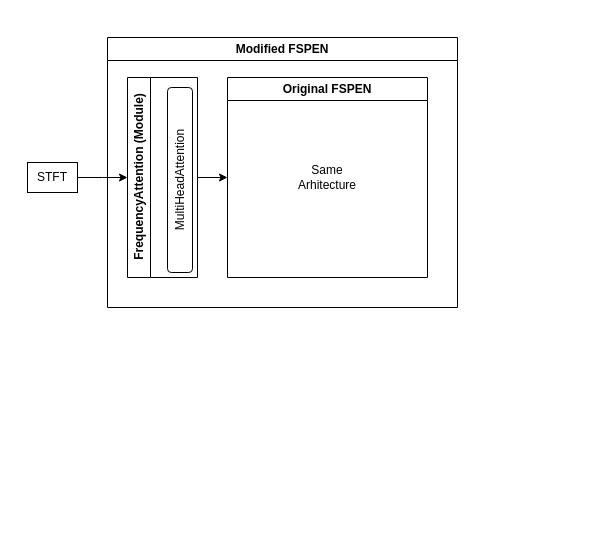
The draw.io diagram modified_FSPEN.drawio in AndromedaOMA/Bachelor_Thesis_Project, before the edit. Source tidied: cells renumbered, new cells numbered last; positions are measured from the earlier drawing's top-left corner, leaving out a move shared by most shapes. Both pictures are drawn from the tidied source at 100%, with x=0, y=0 at pixel (27, 37).
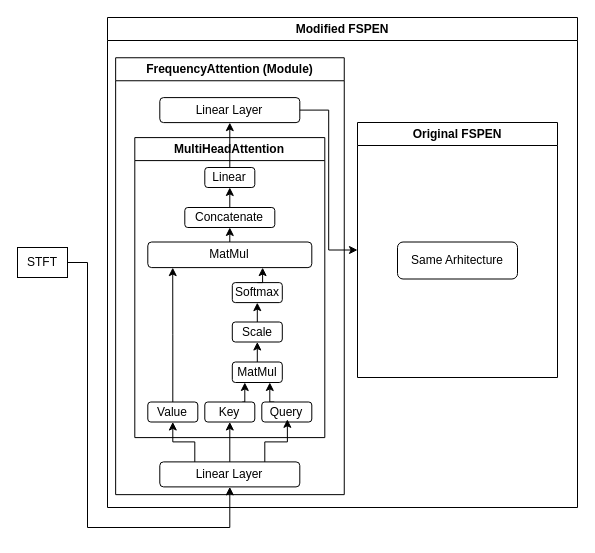
The same diagram, later.

Change to the diagram source:
```diff
@@
-    <mxCell id="2" value="Original FSPEN" style="swimlane;whiteSpace=wrap;html=1;" parent="1" vertex="1">
-      <mxGeometry x="200" y="40" width="200" height="200" as="geometry" />
-    </mxCell>
+    <mxCell id="10" style="edgeStyle=orthogonalEdgeStyle;rounded=0;jettySize=auto;html=1;entryX=0.5;entryY=1;entryDx=0;entryDy=0;" parent="1" edge="1" source="3" target="13">
+      <mxGeometry relative="1" as="geometry">
+        <Array as="points">
+          <mxPoint x="60" y="225" />
+          <mxPoint x="60" y="490" />
+          <mxPoint x="202" y="490" />
+        </Array>
+      </mxGeometry>
+    </mxCell>
     <mxCell id="3" value="STFT" style="rounded=0;whiteSpace=wrap;html=1;" parent="1" vertex="1">
-      <mxGeometry y="125" width="50" height="30" as="geometry" />
+      <mxGeometry x="-10" y="210" width="50" height="30" as="geometry" />
     </mxCell>
     <mxCell id="4" value="Modified FSPEN" style="swimlane;whiteSpace=wrap;html=1;" parent="1" vertex="1">
-      <mxGeometry x="80" width="350" height="270" as="geometry" />
+      <mxGeometry x="80" y="-20" width="470" height="490" as="geometry" />
     </mxCell>
-    <mxCell id="5" value="FrequencyAttention (Module)" style="swimlane;horizontal=0;whiteSpace=wrap;html=1;" parent="4" vertex="1">
-      <mxGeometry x="20" y="40" width="70" height="200" as="geometry" />
+    <mxCell id="5" value="FrequencyAttention (Module)" style="swimlane;horizontal=0;whiteSpace=wrap;html=1;rotation=90;" parent="4" vertex="1">
+      <mxGeometry x="-96" y="144.4" width="436.9" height="228.6" as="geometry" />
     </mxCell>
+    <mxCell id="11" style="edgeStyle=orthogonalEdgeStyle;rounded=0;jettySize=auto;html=1;exitX=0.25;exitY=0;exitDx=0;exitDy=0;entryX=0.5;entryY=1;entryDx=0;entryDy=0;strokeWidth=1;" parent="5" edge="1" source="13" target="14">
+      <mxGeometry relative="1" as="geometry" />
+    </mxCell>
+    <mxCell id="12" style="edgeStyle=orthogonalEdgeStyle;rounded=0;jettySize=auto;html=1;exitX=0.5;exitY=0;exitDx=0;exitDy=0;entryX=0.5;entryY=1;entryDx=0;entryDy=0;strokeWidth=1;" parent="5" edge="1" source="13" target="16">
+      <mxGeometry relative="1" as="geometry" />
+    </mxCell>
+    <mxCell id="13" value="Linear Layer" style="rounded=1;whiteSpace=wrap;html=1;" parent="5" vertex="1">
+      <mxGeometry x="148.3" y="300" width="140" height="25" as="geometry" />
+    </mxCell>
+    <mxCell id="9" value="MultiHeadAttention" style="swimlane;whiteSpace=wrap;html=1;" parent="5" vertex="1">
+      <mxGeometry x="123.3" y="-24.3" width="190" height="300" as="geometry" />
+    </mxCell>
+    <mxCell id="14" value="Value" style="rounded=1;whiteSpace=wrap;html=1;" parent="9" vertex="1">
+      <mxGeometry x="13" y="264.4" width="50" height="20" as="geometry" />
+    </mxCell>
+    <mxCell id="15" style="edgeStyle=orthogonalEdgeStyle;rounded=0;jettySize=auto;html=1;exitX=0.75;exitY=0;exitDx=0;exitDy=0;entryX=0.25;entryY=1;entryDx=0;entryDy=0;" parent="9" edge="1" source="16" target="20">
+      <mxGeometry relative="1" as="geometry" />
+    </mxCell>
+    <mxCell id="16" value="Key" style="rounded=1;whiteSpace=wrap;html=1;" parent="9" vertex="1">
+      <mxGeometry x="70" y="264.4" width="50" height="20" as="geometry" />
+    </mxCell>
+    <mxCell id="17" style="edgeStyle=orthogonalEdgeStyle;rounded=0;jettySize=auto;html=1;exitX=0.25;exitY=0;exitDx=0;exitDy=0;entryX=0.75;entryY=1;entryDx=0;entryDy=0;" parent="9" edge="1" source="18" target="20">
+      <mxGeometry relative="1" as="geometry" />
+    </mxCell>
+    <mxCell id="18" value="Query" style="rounded=1;whiteSpace=wrap;html=1;" parent="9" vertex="1">
+      <mxGeometry x="127" y="264.4" width="50" height="20" as="geometry" />
+    </mxCell>
+    <mxCell id="19" style="edgeStyle=orthogonalEdgeStyle;rounded=0;jettySize=auto;html=1;exitX=0.5;exitY=0;exitDx=0;exitDy=0;entryX=0.5;entryY=1;entryDx=0;entryDy=0;" parent="9" edge="1" source="20" target="22">
+      <mxGeometry relative="1" as="geometry" />
+    </mxCell>
+    <mxCell id="20" value="MatMul" style="rounded=1;whiteSpace=wrap;html=1;" parent="9" vertex="1">
+      <mxGeometry x="97.5" y="224.4" width="50" height="20.5" as="geometry" />
+    </mxCell>
+    <mxCell id="21" style="edgeStyle=orthogonalEdgeStyle;rounded=0;jettySize=auto;html=1;exitX=0.5;exitY=0;exitDx=0;exitDy=0;entryX=0.5;entryY=1;entryDx=0;entryDy=0;" parent="9" edge="1" source="22" target="23">
+      <mxGeometry relative="1" as="geometry" />
+    </mxCell>
+    <mxCell id="22" value="Scale" style="rounded=1;whiteSpace=wrap;html=1;" parent="9" vertex="1">
+      <mxGeometry x="97.5" y="184.4" width="50" height="20" as="geometry" />
+    </mxCell>
+    <mxCell id="23" value="Softmax" style="rounded=1;whiteSpace=wrap;html=1;" parent="9" vertex="1">
+      <mxGeometry x="97.5" y="145" width="50" height="20" as="geometry" />
+    </mxCell>
+    <mxCell id="24" style="edgeStyle=orthogonalEdgeStyle;rounded=0;jettySize=auto;html=1;exitX=0.5;exitY=0;exitDx=0;exitDy=0;entryX=0.5;entryY=1;entryDx=0;entryDy=0;" parent="9" edge="1" source="25" target="29">
+      <mxGeometry relative="1" as="geometry" />
+    </mxCell>
+    <mxCell id="25" value="MatMul" style="rounded=1;whiteSpace=wrap;html=1;" parent="9" vertex="1">
+      <mxGeometry x="13" y="104.4" width="164" height="25.6" as="geometry" />
+    </mxCell>
+    <mxCell id="26" style="edgeStyle=orthogonalEdgeStyle;rounded=0;jettySize=auto;html=1;entryX=0.152;entryY=1;entryDx=0;entryDy=0;entryPerimeter=0;" parent="9" edge="1" source="14" target="25">
+      <mxGeometry relative="1" as="geometry" />
+    </mxCell>
+    <mxCell id="27" style="edgeStyle=orthogonalEdgeStyle;rounded=0;jettySize=auto;html=1;exitX=0.5;exitY=0;exitDx=0;exitDy=0;entryX=0.7;entryY=1;entryDx=0;entryDy=0;entryPerimeter=0;" parent="9" edge="1" source="23" target="25">
+      <mxGeometry relative="1" as="geometry" />
+    </mxCell>
+    <mxCell id="28" style="edgeStyle=orthogonalEdgeStyle;rounded=0;jettySize=auto;html=1;exitX=0.75;exitY=0;exitDx=0;exitDy=0;entryX=0.5;entryY=1;entryDx=0;entryDy=0;" parent="9" edge="1" source="29" target="30">
+      <mxGeometry relative="1" as="geometry" />
+    </mxCell>
+    <mxCell id="29" value="Concatenate" style="rounded=1;whiteSpace=wrap;html=1;" parent="9" vertex="1">
+      <mxGeometry x="50" y="69.9" width="90" height="20" as="geometry" />
+    </mxCell>
+    <mxCell id="30" value="Linear" style="rounded=1;whiteSpace=wrap;html=1;" parent="9" vertex="1">
+      <mxGeometry x="70" y="29.9" width="50" height="20" as="geometry" />
+    </mxCell>
+    <mxCell id="31" value="Linear Layer" style="rounded=1;whiteSpace=wrap;html=1;" parent="5" vertex="1">
+      <mxGeometry x="148.3" y="-64.3" width="140" height="25" as="geometry" />
+    </mxCell>
+    <mxCell id="32" style="edgeStyle=orthogonalEdgeStyle;rounded=0;jettySize=auto;html=1;exitX=0.75;exitY=0;exitDx=0;exitDy=0;entryX=0.511;entryY=0.866;entryDx=0;entryDy=0;entryPerimeter=0;strokeWidth=1;" parent="5" edge="1" source="13" target="18">
+      <mxGeometry relative="1" as="geometry" />
+    </mxCell>
+    <mxCell id="33" style="edgeStyle=orthogonalEdgeStyle;rounded=0;jettySize=auto;html=1;entryX=0.5;entryY=1;entryDx=0;entryDy=0;" parent="5" edge="1" source="30" target="31">
+      <mxGeometry relative="1" as="geometry" />
+    </mxCell>
+    <mxCell id="2" value="Original FSPEN" style="swimlane;whiteSpace=wrap;html=1;" parent="4" vertex="1">
+      <mxGeometry x="250" y="105" width="200" height="255" as="geometry" />
+    </mxCell>
-    <mxCell id="6" value="Same Arhitecture" style="text;html=1;align=center;verticalAlign=middle;whiteSpace=wrap;rounded=0;" parent="4" vertex="1">
-      <mxGeometry x="190" y="125" width="60" height="30" as="geometry" />
+    <mxCell id="6" value="Same Arhitecture" style="rounded=1;whiteSpace=wrap;html=1;" parent="2" vertex="1">
+      <mxGeometry x="40" y="119.5" width="120" height="37" as="geometry" />
     </mxCell>
-    <mxCell id="7" style="edgeStyle=orthogonalEdgeStyle;rounded=0;jettySize=auto;html=1;" parent="1" edge="1" source="3">
-      <mxGeometry relative="1" as="geometry">
-        <mxPoint x="100" y="140" as="targetPoint" />
-      </mxGeometry>
-    </mxCell>
-    <mxCell id="8" style="edgeStyle=orthogonalEdgeStyle;rounded=0;jettySize=auto;html=1;exitX=1;exitY=0.5;exitDx=0;exitDy=0;entryX=0;entryY=0.5;entryDx=0;entryDy=0;" parent="1" edge="1" source="5" target="2">
-      <mxGeometry relative="1" as="geometry" />
-    </mxCell>
-    <mxCell id="9" value="MultiHeadAttention" style="rounded=1;whiteSpace=wrap;html=1;rotation=-90;" parent="1" vertex="1">
-      <mxGeometry x="60" y="130" width="185" height="25" as="geometry" />
-    </mxCell>
+    <mxCell id="34" style="edgeStyle=orthogonalEdgeStyle;rounded=0;jettySize=auto;html=1;entryX=0;entryY=0.5;entryDx=0;entryDy=0;" parent="4" edge="1" source="31" target="2">
+      <mxGeometry relative="1" as="geometry" />
+    </mxCell>
```
